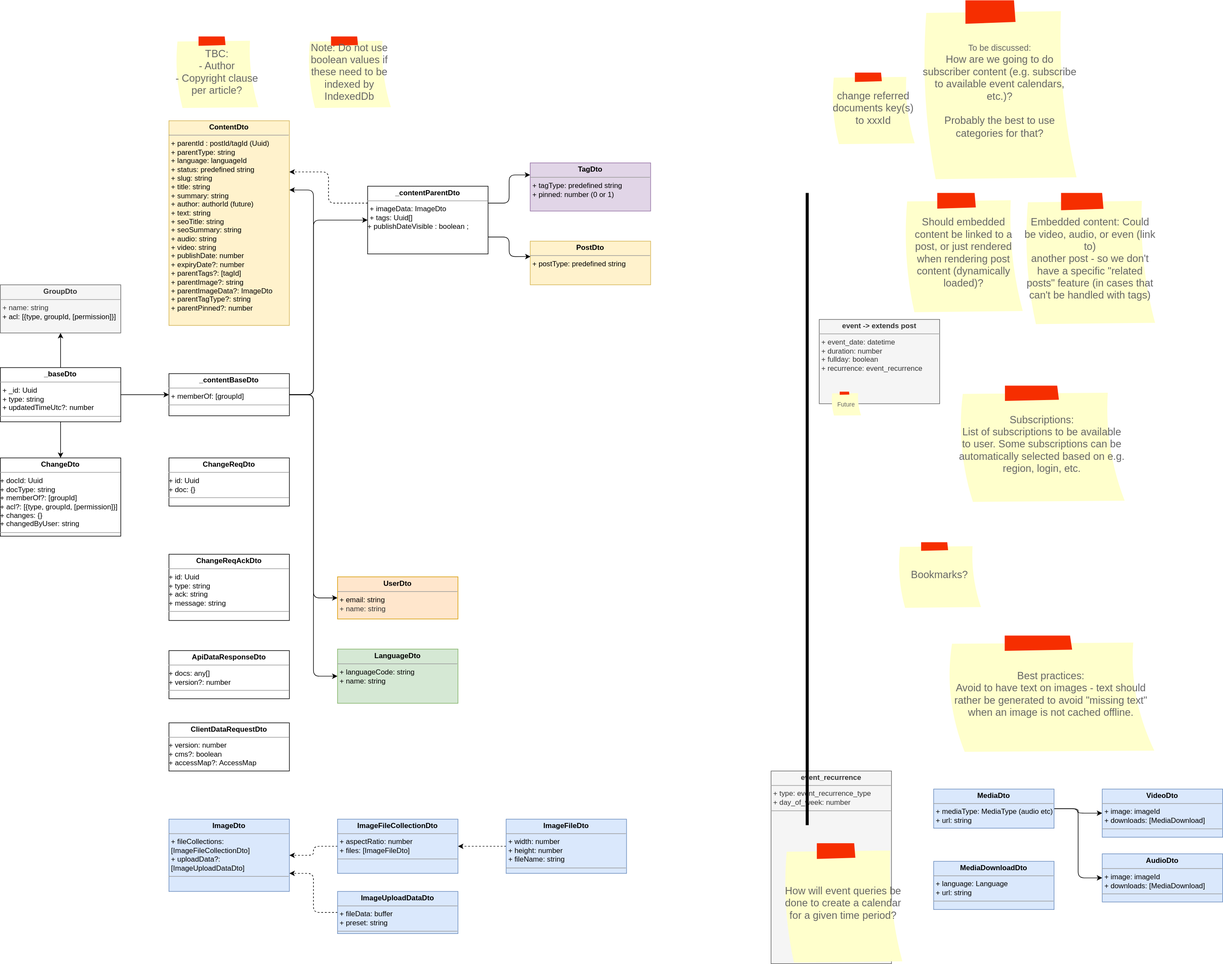
The draw.io diagram docs/datamodel.drawio.svg in bccsa/luminary, before a commit. Source tidied: cells renumbered, new cells last; positions are measured from the earlier drawing's top-left corner, leaving out a move shared by most shapes.
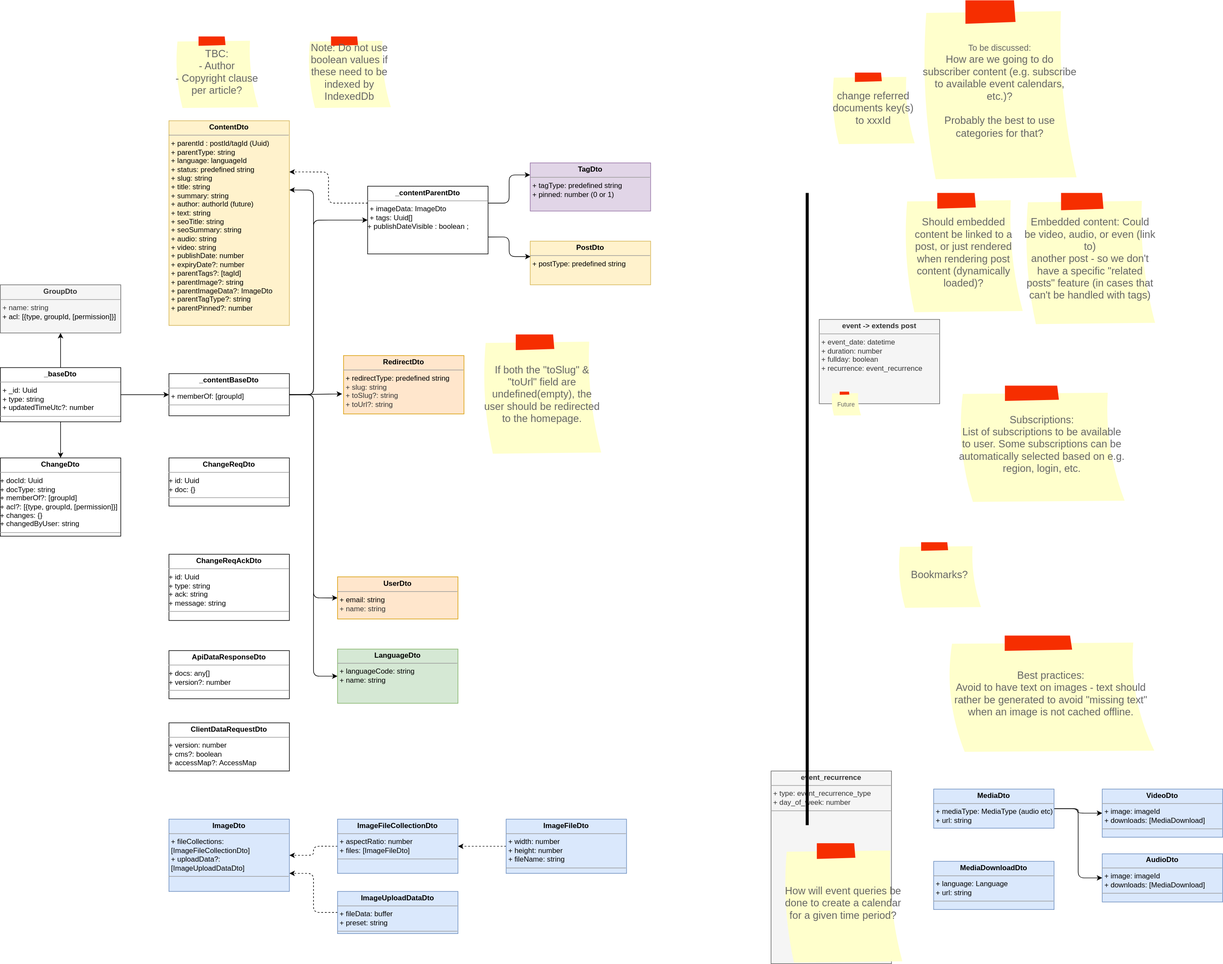
Above is the later version.

Commit message:
Make datamodel update

What changed in the source:
```diff
@@ -112,6 +112,9 @@
     <mxCell id="33" value="&lt;span style=&quot;font-size: 14px;&quot;&gt;To be discussed:&lt;br&gt;&lt;/span&gt;How are we going to do subscriber content (e.g. subscribe to available event calendars, etc.)?&lt;br&gt;&lt;br&gt;Probably the best to use categories for that?" style="strokeWidth=1;shadow=0;dashed=0;align=center;html=1;shape=mxgraph.mockup.text.stickyNote2;fontColor=#666666;mainText=;fontSize=17;whiteSpace=wrap;fillColor=#ffffcc;strokeColor=#F62E00;" parent="1" vertex="1">
       <mxGeometry x="1530" width="260" height="300" as="geometry" />
     </mxCell>
+    <mxCell id="53" style="edgeStyle=none;html=1;exitX=1;exitY=0.5;exitDx=0;exitDy=0;entryX=-0.012;entryY=0.657;entryDx=0;entryDy=0;entryPerimeter=0;" parent="1" edge="1" source="34" target="54">
+      <mxGeometry relative="1" as="geometry" />
+    </mxCell>
     <mxCell id="34" value="&lt;p style=&quot;margin:0px;margin-top:4px;text-align:center;&quot;&gt;&lt;b&gt;_contentBaseDto&lt;/b&gt;&lt;/p&gt;&lt;hr size=&quot;1&quot;&gt;&lt;p style=&quot;margin:0px;margin-left:4px;&quot;&gt;&lt;span style=&quot;background-color: initial;&quot;&gt;+ memberOf: [groupId]&lt;/span&gt;&lt;br&gt;&lt;/p&gt;&lt;hr size=&quot;1&quot;&gt;&lt;p style=&quot;margin:0px;margin-left:4px;&quot;&gt;&lt;br&gt;&lt;/p&gt;" style="verticalAlign=top;align=left;overflow=fill;fontSize=12;fontFamily=Helvetica;html=1;whiteSpace=wrap;" parent="1" vertex="1">
       <mxGeometry x="280" y="620" width="200" height="70" as="geometry" />
     </mxCell>
@@ -169,5 +172,11 @@
     <mxCell id="52" value="Note: Do not use boolean values if these need to be indexed by IndexedDb" style="strokeWidth=1;shadow=0;dashed=0;align=center;html=1;shape=mxgraph.mockup.text.stickyNote2;fontColor=#666666;mainText=;fontSize=17;whiteSpace=wrap;fillColor=#ffffcc;strokeColor=#F62E00;" parent="1" vertex="1">
       <mxGeometry x="510" y="60" width="140" height="120" as="geometry" />
     </mxCell>
+    <mxCell id="54" value="&lt;p style=&quot;margin:0px;margin-top:4px;text-align:center;&quot;&gt;&lt;b&gt;RedirectDto&lt;/b&gt;&lt;/p&gt;&lt;hr size=&quot;1&quot;&gt;&lt;p style=&quot;margin:0px;margin-left:4px;&quot;&gt;&lt;span style=&quot;background-color: initial;&quot;&gt;+ redirectType: predefined string&lt;/span&gt;&lt;/p&gt;&lt;p style=&quot;margin:0px;margin-left:4px;&quot;&gt;&lt;span style=&quot;color: rgb(51, 51, 51);&quot;&gt;+ slug: string&lt;/span&gt;&lt;span style=&quot;background-color: initial;&quot;&gt;&lt;br&gt;&lt;/span&gt;&lt;/p&gt;&lt;p style=&quot;margin:0px;margin-left:4px;&quot;&gt;&lt;span style=&quot;color: rgb(51, 51, 51);&quot;&gt;+ toSlug?: string&lt;/span&gt;&lt;/p&gt;&lt;p style=&quot;margin:0px;margin-left:4px;&quot;&gt;&lt;span style=&quot;color: rgb(51, 51, 51);&quot;&gt;+ toUrl?: string&lt;/span&gt;&lt;/p&gt;" style="verticalAlign=top;align=left;overflow=fill;fontSize=12;fontFamily=Helvetica;html=1;whiteSpace=wrap;fillColor=#ffe6cc;strokeColor=#d79b00;" parent="1" vertex="1">
+      <mxGeometry x="570" y="590" width="200" height="97" as="geometry" />
+    </mxCell>
+    <mxCell id="55" value="If both the &quot;toSlug&quot; &amp;amp; &quot;toUrl&quot; field are undefined(empty), the user should be redirected to the homepage." style="strokeWidth=1;shadow=0;dashed=0;align=center;html=1;shape=mxgraph.mockup.text.stickyNote2;fontColor=#666666;mainText=;fontSize=17;whiteSpace=wrap;fillColor=#ffffcc;strokeColor=#F62E00;" parent="1" vertex="1">
+      <mxGeometry x="800" y="555" width="200" height="200" as="geometry" />
+    </mxCell>
   </root>
 </mxGraphModel>
```
